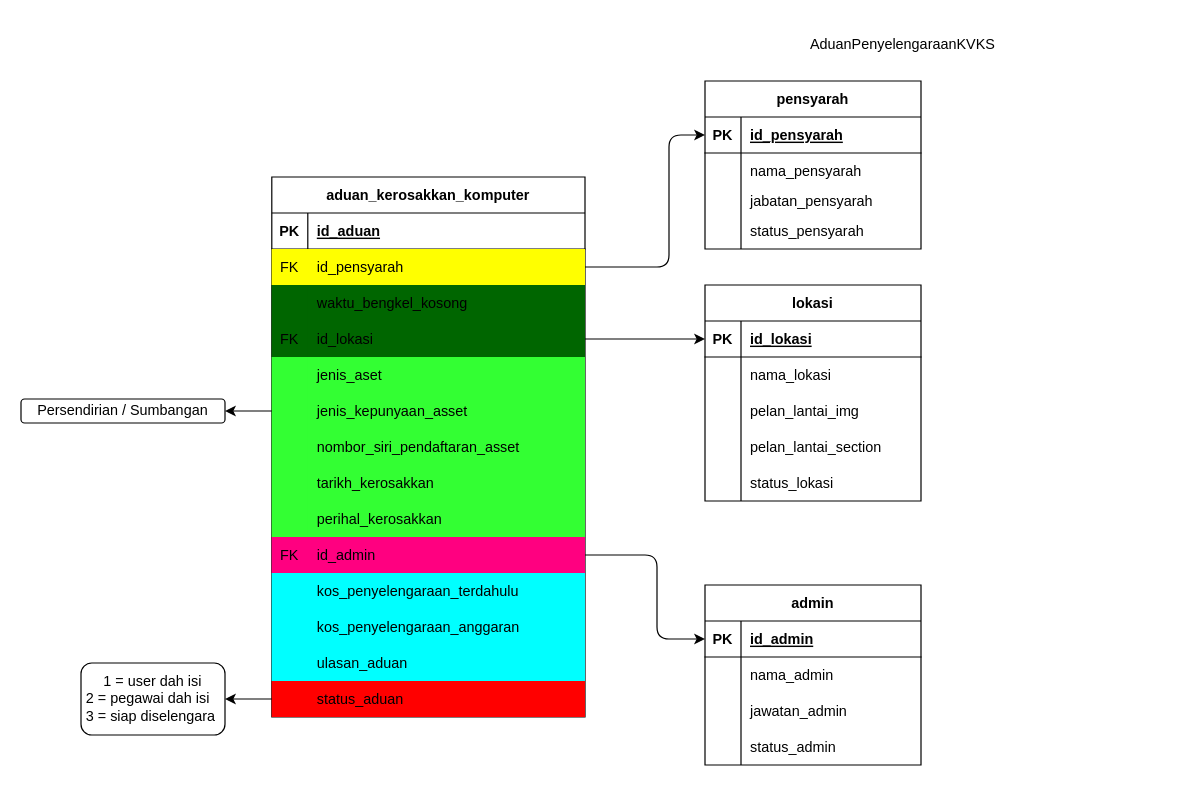
Before: src/documentation/erd.drawio in Danialdev01/AduanPenyelengaraanKVKS, a draw.io diagram. Source tidied: cells renumbered, new cells numbered last; positions are measured from the earlier drawing's top-left corner, leaving out a move shared by most shapes. Both pictures are drawn from the tidied source at 120%, with x=0, y=0 at pixel (20, 20).
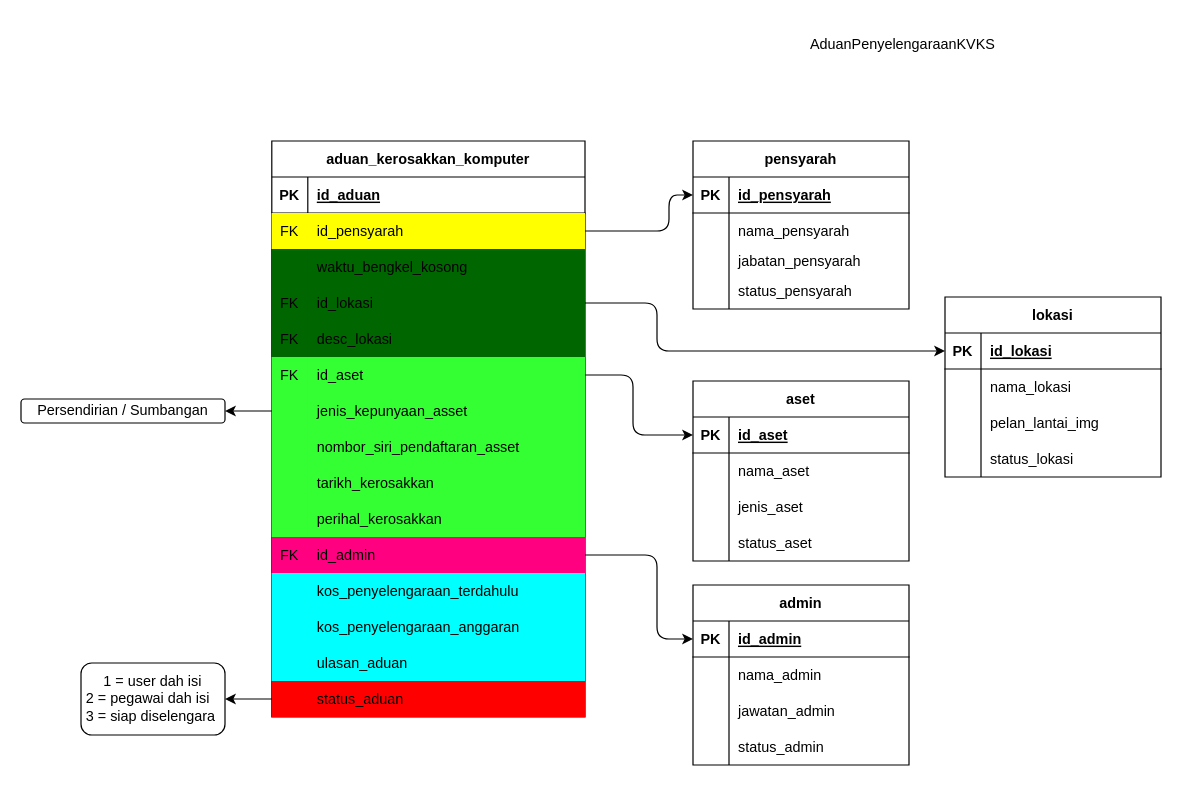
Above is the later version.

Unchanged cells that the change refers to:
```xml
<mxCell id="8" style="shape=tableRow;horizontal=0;startSize=0;swimlaneHead=0;swimlaneBody=0;fillColor=#FFFF00;points=[[0,0.5],[1,0.5]];portConstraint=eastwest;top=0;left=0;right=0;bottom=0;" parent="4" vertex="1">
  <mxGeometry y="60" width="261" height="30" as="geometry" />
</mxCell>
<mxCell id="14" style="shape=tableRow;horizontal=0;startSize=0;swimlaneHead=0;swimlaneBody=0;fillColor=#006600;points=[[0,0.5],[1,0.5]];portConstraint=eastwest;top=0;left=0;right=0;bottom=0;" parent="4" vertex="1">
  <mxGeometry y="120" width="261" height="30" as="geometry" />
</mxCell>
<mxCell id="48" style="shape=tableRow;horizontal=0;startSize=0;swimlaneHead=0;swimlaneBody=0;fillColor=none;points=[[0,0.5],[1,0.5]];portConstraint=eastwest;top=0;left=0;right=0;bottom=1;" parent="47" vertex="1">
  <mxGeometry y="30" width="180" height="30" as="geometry" />
</mxCell>
<mxCell id="76" style="shape=tableRow;horizontal=0;startSize=0;swimlaneHead=0;swimlaneBody=0;fillColor=none;points=[[0,0.5],[1,0.5]];portConstraint=eastwest;top=0;left=0;right=0;bottom=1;" parent="75" vertex="1">
  <mxGeometry y="30" width="180" height="30" as="geometry" />
</mxCell>
```

Change to the diagram source:
```diff
@@
     <mxCell id="4" value="aduan_kerosakkan_komputer" style="shape=table;startSize=30;childLayout=tableLayout;rowLines=0;fontStyle=1;align=center;" parent="1" vertex="1">
-      <mxGeometry x="209" y="130" width="261" height="450" as="geometry" />
+      <mxGeometry x="209" y="100" width="261" height="480" as="geometry" />
     </mxCell>
@@
+    <mxCell id="95" style="shape=tableRow;horizontal=0;startSize=0;swimlaneHead=0;swimlaneBody=0;fillColor=#006600;top=0;left=0;right=0;bottom=0;" parent="4" vertex="1">
+      <mxGeometry y="150" width="261" height="30" as="geometry" />
+    </mxCell>
+    <mxCell id="96" value="FK" style="shape=partialRectangle;fillColor=#006600;top=0;left=0;bottom=0;right=0;overflow=hidden;" parent="95" vertex="1">
+      <mxGeometry width="30" height="30" as="geometry" />
+    </mxCell>
+    <mxCell id="97" value="desc_lokasi" style="shape=partialRectangle;fillColor=#006600;top=0;left=0;bottom=0;right=0;align=left;spacingLeft=6;overflow=hidden;" parent="95" vertex="1">
+      <mxGeometry x="30" width="231" height="30" as="geometry" />
+    </mxCell>
     <mxCell id="17" style="shape=tableRow;horizontal=0;startSize=0;swimlaneHead=0;swimlaneBody=0;fillColor=#33FF33;points=[[0,0.5],[1,0.5]];portConstraint=eastwest;top=0;left=0;right=0;bottom=0;" parent="4" vertex="1">
-      <mxGeometry y="150" width="261" height="30" as="geometry" />
+      <mxGeometry y="180" width="261" height="30" as="geometry" />
     </mxCell>
-    <mxCell id="18" style="shape=partialRectangle;fillColor=#33FF33;top=0;left=0;bottom=0;right=0;overflow=hidden;" parent="17" vertex="1">
+    <mxCell id="18" value="FK" style="shape=partialRectangle;fillColor=#33FF33;top=0;left=0;bottom=0;right=0;overflow=hidden;" parent="17" vertex="1">
       <mxGeometry width="30" height="30" as="geometry" />
     </mxCell>
-    <mxCell id="19" value="jenis_aset" style="shape=partialRectangle;fillColor=#33FF33;top=0;left=0;bottom=0;right=0;align=left;spacingLeft=6;overflow=hidden;" parent="17" vertex="1">
+    <mxCell id="19" value="id_aset" style="shape=partialRectangle;fillColor=#33FF33;top=0;left=0;bottom=0;right=0;align=left;spacingLeft=6;overflow=hidden;" parent="17" vertex="1">
       <mxGeometry x="30" width="231" height="30" as="geometry" />
     </mxCell>
     <mxCell id="20" style="shape=tableRow;horizontal=0;startSize=0;swimlaneHead=0;swimlaneBody=0;fillColor=#33FF33;points=[[0,0.5],[1,0.5]];portConstraint=eastwest;top=0;left=0;right=0;bottom=0;" parent="4" vertex="1">
-      <mxGeometry y="180" width="261" height="30" as="geometry" />
+      <mxGeometry y="210" width="261" height="30" as="geometry" />
     </mxCell>
@@
     <mxCell id="23" style="shape=tableRow;horizontal=0;startSize=0;swimlaneHead=0;swimlaneBody=0;fillColor=#33FF33;top=0;left=0;right=0;bottom=0;" parent="4" vertex="1">
-      <mxGeometry y="210" width="261" height="30" as="geometry" />
+      <mxGeometry y="240" width="261" height="30" as="geometry" />
     </mxCell>
@@
     <mxCell id="26" style="shape=tableRow;horizontal=0;startSize=0;swimlaneHead=0;swimlaneBody=0;fillColor=#33FF33;top=0;left=0;right=0;bottom=0;" parent="4" vertex="1">
-      <mxGeometry y="240" width="261" height="30" as="geometry" />
+      <mxGeometry y="270" width="261" height="30" as="geometry" />
     </mxCell>
@@
     <mxCell id="29" style="shape=tableRow;horizontal=0;startSize=0;swimlaneHead=0;swimlaneBody=0;fillColor=#33FF33;top=0;left=0;right=0;bottom=0;" parent="4" vertex="1">
-      <mxGeometry y="270" width="261" height="30" as="geometry" />
+      <mxGeometry y="300" width="261" height="30" as="geometry" />
     </mxCell>
@@
     <mxCell id="32" style="shape=tableRow;horizontal=0;startSize=0;swimlaneHead=0;swimlaneBody=0;fillColor=#FF0080;points=[[0,0.5],[1,0.5]];portConstraint=eastwest;top=0;left=0;right=0;bottom=0;" parent="4" vertex="1">
-      <mxGeometry y="300" width="261" height="30" as="geometry" />
+      <mxGeometry y="330" width="261" height="30" as="geometry" />
     </mxCell>
@@
     <mxCell id="35" style="shape=tableRow;horizontal=0;startSize=0;swimlaneHead=0;swimlaneBody=0;fillColor=#00FFFF;top=0;left=0;right=0;bottom=0;" parent="4" vertex="1">
-      <mxGeometry y="330" width="261" height="30" as="geometry" />
+      <mxGeometry y="360" width="261" height="30" as="geometry" />
     </mxCell>
@@
     <mxCell id="38" style="shape=tableRow;horizontal=0;startSize=0;swimlaneHead=0;swimlaneBody=0;fillColor=#00FFFF;top=0;left=0;right=0;bottom=0;" parent="4" vertex="1">
-      <mxGeometry y="360" width="261" height="30" as="geometry" />
+      <mxGeometry y="390" width="261" height="30" as="geometry" />
     </mxCell>
@@
     <mxCell id="41" style="shape=tableRow;horizontal=0;startSize=0;swimlaneHead=0;swimlaneBody=0;fillColor=#00FFFF;top=0;left=0;right=0;bottom=0;" parent="4" vertex="1">
-      <mxGeometry y="390" width="261" height="30" as="geometry" />
+      <mxGeometry y="420" width="261" height="30" as="geometry" />
     </mxCell>
@@
     <mxCell id="44" style="shape=tableRow;horizontal=0;startSize=0;swimlaneHead=0;swimlaneBody=0;fillColor=#FF0000;points=[[0,0.5],[1,0.5]];portConstraint=eastwest;top=0;left=0;right=0;bottom=0;" parent="4" vertex="1">
-      <mxGeometry y="420" width="261" height="30" as="geometry" />
+      <mxGeometry y="450" width="261" height="30" as="geometry" />
     </mxCell>
@@
     <mxCell id="47" value="pensyarah" style="shape=table;startSize=30;childLayout=tableLayout;rowLines=0;fontStyle=1;align=center;" parent="1" vertex="1">
-      <mxGeometry x="570" y="50" width="180" height="140" as="geometry" />
+      <mxGeometry x="560" y="100" width="180" height="140" as="geometry" />
     </mxCell>
@@
     <mxCell id="60" style="edgeStyle=none;html=1;exitX=1;exitY=0.5;exitDx=0;exitDy=0;entryX=0;entryY=0.5;entryDx=0;entryDy=0;" parent="1" edge="1" source="8" target="48">
       <mxGeometry relative="1" as="geometry">
         <Array as="points">
-          <mxPoint x="540" y="205" />
           <mxPoint x="540" y="175" />
-          <mxPoint x="540" y="95" />
+          <mxPoint x="540" y="145" />
         </Array>
       </mxGeometry>
     </mxCell>
     <mxCell id="61" value="admin" style="shape=table;startSize=30;childLayout=tableLayout;rowLines=0;fontStyle=1;align=center;fillColor=#FFFFFF;" parent="1" vertex="1">
-      <mxGeometry x="570" y="470" width="180" height="150" as="geometry" />
+      <mxGeometry x="560" y="470" width="180" height="150" as="geometry" />
     </mxCell>
@@
     <mxCell id="75" value="lokasi" style="shape=table;startSize=30;childLayout=tableLayout;rowLines=0;fontStyle=1;align=center;fillColor=#FFFFFF;" parent="1" vertex="1">
-      <mxGeometry x="570" y="220" width="180" height="180" as="geometry" />
+      <mxGeometry x="770" y="230" width="180" height="150" as="geometry" />
     </mxCell>
@@
-    <mxCell id="85" style="shape=tableRow;horizontal=0;startSize=0;swimlaneHead=0;swimlaneBody=0;fillColor=none;top=0;left=0;right=0;bottom=0;" parent="75" vertex="1">
-      <mxGeometry y="120" width="180" height="30" as="geometry" />
-    </mxCell>
-    <mxCell id="86" style="shape=partialRectangle;fillColor=none;top=0;left=0;bottom=0;right=0;overflow=hidden;" parent="85" vertex="1">
-      <mxGeometry width="30" height="30" as="geometry" />
-    </mxCell>
-    <mxCell id="87" value="pelan_lantai_section" style="shape=partialRectangle;fillColor=none;top=0;left=0;bottom=0;right=0;align=left;spacingLeft=6;overflow=hidden;" parent="85" vertex="1">
-      <mxGeometry x="30" width="150" height="30" as="geometry" />
-    </mxCell>
     <mxCell id="88" style="shape=tableRow;horizontal=0;startSize=0;swimlaneHead=0;swimlaneBody=0;fillColor=none;top=0;left=0;right=0;bottom=0;" parent="75" vertex="1">
-      <mxGeometry y="150" width="180" height="30" as="geometry" />
+      <mxGeometry y="120" width="180" height="30" as="geometry" />
     </mxCell>
@@
-    <mxCell id="92" style="edgeStyle=none;html=1;exitX=1;exitY=0.5;exitDx=0;exitDy=0;" parent="1" edge="1" source="14" target="76">
-      <mxGeometry relative="1" as="geometry" />
-    </mxCell>
@@
+    <mxCell id="98" value="aset" style="shape=table;startSize=30;childLayout=tableLayout;rowLines=0;fontStyle=1;align=center;fillColor=#FFFFFF;" parent="1" vertex="1">
+      <mxGeometry x="560" y="300" width="180" height="150" as="geometry" />
+    </mxCell>
+    <mxCell id="99" style="shape=tableRow;horizontal=0;startSize=0;swimlaneHead=0;swimlaneBody=0;fillColor=none;points=[[0,0.5],[1,0.5]];portConstraint=eastwest;top=0;left=0;right=0;bottom=1;" parent="98" vertex="1">
+      <mxGeometry y="30" width="180" height="30" as="geometry" />
+    </mxCell>
+    <mxCell id="100" value="PK" style="shape=partialRectangle;fillColor=none;top=0;left=0;bottom=0;right=0;fontStyle=1;overflow=hidden;" parent="99" vertex="1">
+      <mxGeometry width="30" height="30" as="geometry" />
+    </mxCell>
+    <mxCell id="101" value="id_aset" style="shape=partialRectangle;fillColor=none;top=0;left=0;bottom=0;right=0;align=left;spacingLeft=6;fontStyle=5;overflow=hidden;" parent="99" vertex="1">
+      <mxGeometry x="30" width="150" height="30" as="geometry" />
+    </mxCell>
+    <mxCell id="102" style="shape=tableRow;horizontal=0;startSize=0;swimlaneHead=0;swimlaneBody=0;fillColor=none;top=0;left=0;right=0;bottom=0;" parent="98" vertex="1">
+      <mxGeometry y="60" width="180" height="30" as="geometry" />
+    </mxCell>
+    <mxCell id="103" style="shape=partialRectangle;fillColor=none;top=0;left=0;bottom=0;right=0;overflow=hidden;" parent="102" vertex="1">
+      <mxGeometry width="30" height="30" as="geometry" />
+    </mxCell>
+    <mxCell id="104" value="nama_aset" style="shape=partialRectangle;fillColor=none;top=0;left=0;bottom=0;right=0;align=left;spacingLeft=6;overflow=hidden;" parent="102" vertex="1">
+      <mxGeometry x="30" width="150" height="30" as="geometry" />
+    </mxCell>
+    <mxCell id="105" style="shape=tableRow;horizontal=0;startSize=0;swimlaneHead=0;swimlaneBody=0;fillColor=none;top=0;left=0;right=0;bottom=0;" parent="98" vertex="1">
+      <mxGeometry y="90" width="180" height="30" as="geometry" />
+    </mxCell>
+    <mxCell id="106" style="shape=partialRectangle;fillColor=none;top=0;left=0;bottom=0;right=0;overflow=hidden;" parent="105" vertex="1">
+      <mxGeometry width="30" height="30" as="geometry" />
+    </mxCell>
+    <mxCell id="107" value="jenis_aset" style="shape=partialRectangle;fillColor=none;top=0;left=0;bottom=0;right=0;align=left;spacingLeft=6;overflow=hidden;" parent="105" vertex="1">
+      <mxGeometry x="30" width="150" height="30" as="geometry" />
+    </mxCell>
+    <mxCell id="85" style="shape=tableRow;horizontal=0;startSize=0;swimlaneHead=0;swimlaneBody=0;fillColor=none;top=0;left=0;right=0;bottom=0;" parent="98" vertex="1">
+      <mxGeometry y="120" width="180" height="30" as="geometry" />
+    </mxCell>
+    <mxCell id="108" style="shape=partialRectangle;fillColor=none;top=0;left=0;bottom=0;right=0;overflow=hidden;" parent="85" vertex="1">
+      <mxGeometry width="30" height="30" as="geometry" />
+    </mxCell>
+    <mxCell id="109" value="status_aset" style="shape=partialRectangle;fillColor=none;top=0;left=0;bottom=0;right=0;align=left;spacingLeft=6;overflow=hidden;" parent="85" vertex="1">
+      <mxGeometry x="30" width="150" height="30" as="geometry" />
+    </mxCell>
+    <mxCell id="110" style="edgeStyle=none;html=1;exitX=1;exitY=0.5;exitDx=0;exitDy=0;entryX=0;entryY=0.5;entryDx=0;entryDy=0;" parent="1" edge="1" source="17" target="99">
+      <mxGeometry relative="1" as="geometry">
+        <Array as="points">
+          <mxPoint x="510" y="295" />
+          <mxPoint x="510" y="345" />
+        </Array>
+      </mxGeometry>
+    </mxCell>
+    <mxCell id="92" style="edgeStyle=none;html=1;exitX=1;exitY=0.5;exitDx=0;exitDy=0;entryX=0;entryY=0.5;entryDx=0;entryDy=0;" parent="1" edge="1" source="14" target="76">
+      <mxGeometry relative="1" as="geometry">
+        <Array as="points">
+          <mxPoint x="530" y="235" />
+          <mxPoint x="530" y="275" />
+        </Array>
+      </mxGeometry>
+    </mxCell>
```
